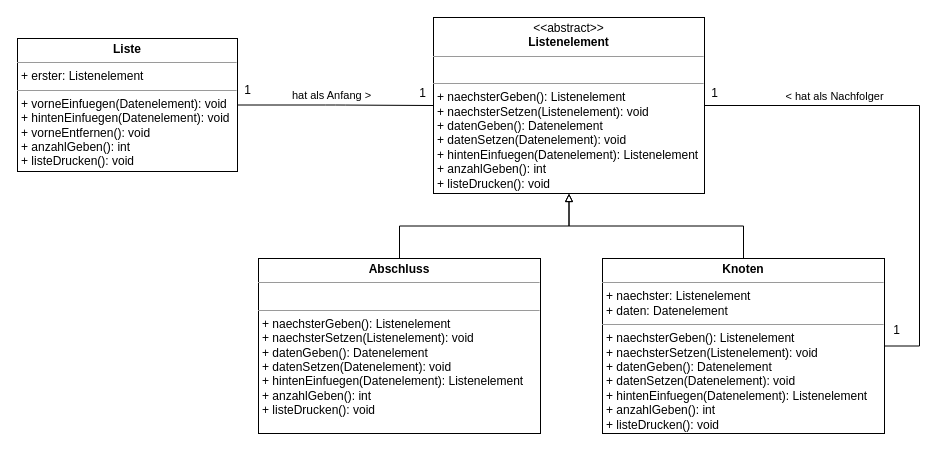
Before: page "class diagram" (3 of 3) of q11-liste-composite.drawio in JoernWVSG/diagram, a draw.io diagram. Source tidied: cells renumbered, new cells numbered last; positions are measured from the earlier drawing's top-left corner, leaving out a move shared by most shapes. Both pictures are drawn from the tidied source at 100%, with x=0, y=0 at pixel (17, 17).
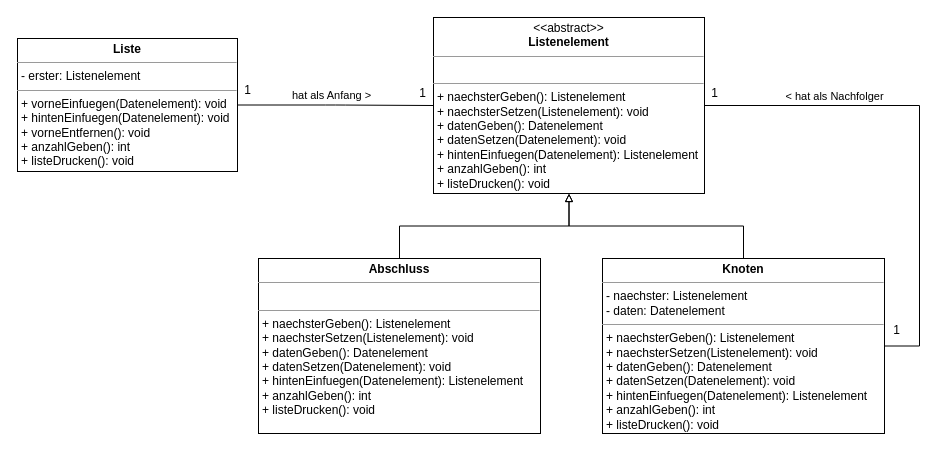
The same page after the edit.

What changed in the source:
```diff
@@
 <mxGraphModel>
   <root>
     <mxCell id="0" />
     <mxCell id="1" parent="0" />
     <mxCell id="2" value="&lt;p style=&quot;margin: 0px ; margin-top: 4px ; text-align: center&quot;&gt;&amp;lt;&amp;lt;abstract&amp;gt;&amp;gt;&lt;br&gt;&lt;b&gt;Listenelement&lt;/b&gt;&lt;/p&gt;&lt;hr size=&quot;1&quot;&gt;&lt;p style=&quot;margin: 0px ; margin-left: 4px&quot;&gt;&lt;br&gt;&lt;/p&gt;&lt;hr size=&quot;1&quot;&gt;&lt;p style=&quot;margin: 0px ; margin-left: 4px&quot;&gt;+ naechsterGeben(): Listenelement&lt;/p&gt;&lt;p style=&quot;margin: 0px ; margin-left: 4px&quot;&gt;+ naechsterSetzen(Listenelement): void&lt;/p&gt;&lt;p style=&quot;margin: 0px ; margin-left: 4px&quot;&gt;+ datenGeben(): Datenelement&lt;/p&gt;&lt;p style=&quot;margin: 0px ; margin-left: 4px&quot;&gt;+ datenSetzen(Datenelement): void&lt;/p&gt;&lt;p style=&quot;margin: 0px ; margin-left: 4px&quot;&gt;+ hintenEinfuegen(Datenelement): Listenelement&lt;br&gt;+ anzahlGeben(): int&lt;/p&gt;&lt;p style=&quot;margin: 0px ; margin-left: 4px&quot;&gt;+ listeDrucken(): void&lt;/p&gt;" style="verticalAlign=top;align=left;overflow=fill;fontSize=12;fontFamily=Helvetica;html=1;" parent="1" vertex="1">
       <mxGeometry x="416" width="271" height="176" as="geometry" />
     </mxCell>
     <mxCell id="3" style="edgeStyle=orthogonalEdgeStyle;rounded=0;jettySize=auto;html=1;exitX=0.5;exitY=0;exitDx=0;exitDy=0;entryX=0.5;entryY=1;entryDx=0;entryDy=0;endArrow=block;endFill=0;" parent="1" edge="1" source="4" target="2">
       <mxGeometry relative="1" as="geometry" />
     </mxCell>
     <mxCell id="4" value="&lt;p style=&quot;margin: 0px ; margin-top: 4px ; text-align: center&quot;&gt;&lt;b&gt;Abschluss&lt;/b&gt;&lt;/p&gt;&lt;hr size=&quot;1&quot;&gt;&lt;p style=&quot;margin: 0px ; margin-left: 4px&quot;&gt;&lt;br&gt;&lt;/p&gt;&lt;hr size=&quot;1&quot;&gt;&lt;p style=&quot;margin: 0px 0px 0px 4px&quot;&gt;+ naechsterGeben(): Listenelement&lt;/p&gt;&lt;p style=&quot;margin: 0px 0px 0px 4px&quot;&gt;+ naechsterSetzen(Listenelement): void&lt;/p&gt;&lt;p style=&quot;margin: 0px 0px 0px 4px&quot;&gt;+ datenGeben(): Datenelement&lt;/p&gt;&lt;p style=&quot;margin: 0px 0px 0px 4px&quot;&gt;+ datenSetzen(Datenelement): void&lt;/p&gt;&lt;p style=&quot;margin: 0px 0px 0px 4px&quot;&gt;+ hintenEinfuegen(Datenelement): Listenelement&lt;br&gt;+ anzahlGeben(): int&lt;/p&gt;&lt;p style=&quot;margin: 0px 0px 0px 4px&quot;&gt;+ listeDrucken(): void&lt;/p&gt;" style="verticalAlign=top;align=left;overflow=fill;fontSize=12;fontFamily=Helvetica;html=1;" parent="1" vertex="1">
       <mxGeometry x="241" y="241" width="282" height="175" as="geometry" />
     </mxCell>
     <mxCell id="5" style="edgeStyle=orthogonalEdgeStyle;rounded=0;jettySize=auto;html=1;exitX=1;exitY=0.5;exitDx=0;exitDy=0;entryX=1;entryY=0.5;entryDx=0;entryDy=0;endArrow=none;endFill=0;" parent="1" edge="1" source="8" target="2">
       <mxGeometry relative="1" as="geometry">
         <Array as="points">
           <mxPoint x="902" y="329" />
           <mxPoint x="902" y="88" />
         </Array>
       </mxGeometry>
     </mxCell>
     <mxCell id="6" value="&amp;lt; hat als Nachfolger" style="edgeLabel;html=1;align=center;verticalAlign=middle;" parent="5" vertex="1">
       <mxGeometry x="0.47" relative="1" as="geometry">
         <mxPoint y="-10" as="offset" />
       </mxGeometry>
     </mxCell>
     <mxCell id="7" style="edgeStyle=orthogonalEdgeStyle;rounded=0;jettySize=auto;html=1;exitX=0.5;exitY=0;exitDx=0;exitDy=0;endArrow=block;endFill=0;" parent="1" edge="1" source="8" target="2">
       <mxGeometry relative="1" as="geometry" />
     </mxCell>
-    <mxCell id="8" value="&lt;p style=&quot;margin: 0px ; margin-top: 4px ; text-align: center&quot;&gt;&lt;b&gt;Knoten&lt;/b&gt;&lt;/p&gt;&lt;hr size=&quot;1&quot;&gt;&lt;p style=&quot;margin: 0px ; margin-left: 4px&quot;&gt;+ naechster: Listenelement&lt;/p&gt;&lt;p style=&quot;margin: 0px ; margin-left: 4px&quot;&gt;+ daten: Datenelement&lt;/p&gt;&lt;hr size=&quot;1&quot;&gt;&lt;p style=&quot;margin: 0px 0px 0px 4px&quot;&gt;+ naechsterGeben(): Listenelement&lt;/p&gt;&lt;p style=&quot;margin: 0px 0px 0px 4px&quot;&gt;+ naechsterSetzen(Listenelement): void&lt;/p&gt;&lt;p style=&quot;margin: 0px 0px 0px 4px&quot;&gt;+ datenGeben(): Datenelement&lt;/p&gt;&lt;p style=&quot;margin: 0px 0px 0px 4px&quot;&gt;+ datenSetzen(Datenelement): void&lt;/p&gt;&lt;p style=&quot;margin: 0px 0px 0px 4px&quot;&gt;+ hintenEinfuegen(Datenelement): Listenelement&lt;br&gt;+ anzahlGeben(): int&lt;/p&gt;&lt;p style=&quot;margin: 0px 0px 0px 4px&quot;&gt;+ listeDrucken(): void&lt;/p&gt;" style="verticalAlign=top;align=left;overflow=fill;fontSize=12;fontFamily=Helvetica;html=1;" parent="1" vertex="1">
+    <mxCell id="8" value="&lt;p style=&quot;margin: 0px ; margin-top: 4px ; text-align: center&quot;&gt;&lt;b&gt;Knoten&lt;/b&gt;&lt;/p&gt;&lt;hr size=&quot;1&quot;&gt;&lt;p style=&quot;margin: 0px ; margin-left: 4px&quot;&gt;- naechster: Listenelement&lt;/p&gt;&lt;p style=&quot;margin: 0px ; margin-left: 4px&quot;&gt;- daten: Datenelement&lt;/p&gt;&lt;hr size=&quot;1&quot;&gt;&lt;p style=&quot;margin: 0px 0px 0px 4px&quot;&gt;+ naechsterGeben(): Listenelement&lt;/p&gt;&lt;p style=&quot;margin: 0px 0px 0px 4px&quot;&gt;+ naechsterSetzen(Listenelement): void&lt;/p&gt;&lt;p style=&quot;margin: 0px 0px 0px 4px&quot;&gt;+ datenGeben(): Datenelement&lt;/p&gt;&lt;p style=&quot;margin: 0px 0px 0px 4px&quot;&gt;+ datenSetzen(Datenelement): void&lt;/p&gt;&lt;p style=&quot;margin: 0px 0px 0px 4px&quot;&gt;+ hintenEinfuegen(Datenelement): Listenelement&lt;br&gt;+ anzahlGeben(): int&lt;/p&gt;&lt;p style=&quot;margin: 0px 0px 0px 4px&quot;&gt;+ listeDrucken(): void&lt;/p&gt;" style="verticalAlign=top;align=left;overflow=fill;fontSize=12;fontFamily=Helvetica;html=1;" parent="1" vertex="1">
       <mxGeometry x="585" y="241" width="282" height="175" as="geometry" />
     </mxCell>
     <mxCell id="9" value="1" style="text;html=1;strokeColor=none;fillColor=none;align=center;verticalAlign=middle;whiteSpace=wrap;rounded=0;" parent="1" vertex="1">
       <mxGeometry x="687" y="67" width="21" height="18" as="geometry" />
     </mxCell>
     <mxCell id="10" value="1" style="text;html=1;strokeColor=none;fillColor=none;align=center;verticalAlign=middle;whiteSpace=wrap;rounded=0;" parent="1" vertex="1">
       <mxGeometry x="869" y="304" width="21" height="18" as="geometry" />
     </mxCell>
     <mxCell id="11" style="edgeStyle=orthogonalEdgeStyle;rounded=1;jettySize=auto;html=1;exitX=1;exitY=0.5;exitDx=0;exitDy=0;entryX=0;entryY=0.5;entryDx=0;entryDy=0;endArrow=none;endFill=0;" parent="1" edge="1" source="13" target="2">
       <mxGeometry relative="1" as="geometry" />
     </mxCell>
     <mxCell id="12" value="hat als Anfang &amp;gt;" style="edgeLabel;html=1;align=center;verticalAlign=middle;" parent="11" vertex="1">
       <mxGeometry x="-0.05" y="3" relative="1" as="geometry">
         <mxPoint y="-7" as="offset" />
       </mxGeometry>
     </mxCell>
-    <mxCell id="13" value="&lt;p style=&quot;margin: 0px ; margin-top: 4px ; text-align: center&quot;&gt;&lt;b&gt;Liste&lt;/b&gt;&lt;/p&gt;&lt;hr size=&quot;1&quot;&gt;&lt;p style=&quot;margin: 0px ; margin-left: 4px&quot;&gt;+ erster: Listenelement&lt;/p&gt;&lt;hr size=&quot;1&quot;&gt;&lt;p style=&quot;margin: 0px 0px 0px 4px&quot;&gt;+ vorneEinfuegen(Datenelement): void&lt;/p&gt;&lt;p style=&quot;margin: 0px 0px 0px 4px&quot;&gt;+ hintenEinfuegen(Datenelement): void&lt;/p&gt;&lt;p style=&quot;margin: 0px 0px 0px 4px&quot;&gt;+ vorneEntfernen(): void&lt;br&gt;+ anzahlGeben(): int&lt;/p&gt;&lt;p style=&quot;margin: 0px 0px 0px 4px&quot;&gt;+ listeDrucken(): void&lt;/p&gt;" style="verticalAlign=top;align=left;overflow=fill;fontSize=12;fontFamily=Helvetica;html=1;" parent="1" vertex="1">
+    <mxCell id="13" value="&lt;p style=&quot;margin: 0px ; margin-top: 4px ; text-align: center&quot;&gt;&lt;b&gt;Liste&lt;/b&gt;&lt;/p&gt;&lt;hr size=&quot;1&quot;&gt;&lt;p style=&quot;margin: 0px ; margin-left: 4px&quot;&gt;- erster: Listenelement&lt;/p&gt;&lt;hr size=&quot;1&quot;&gt;&lt;p style=&quot;margin: 0px 0px 0px 4px&quot;&gt;+ vorneEinfuegen(Datenelement): void&lt;/p&gt;&lt;p style=&quot;margin: 0px 0px 0px 4px&quot;&gt;+ hintenEinfuegen(Datenelement): void&lt;/p&gt;&lt;p style=&quot;margin: 0px 0px 0px 4px&quot;&gt;+ vorneEntfernen(): void&lt;br&gt;+ anzahlGeben(): int&lt;/p&gt;&lt;p style=&quot;margin: 0px 0px 0px 4px&quot;&gt;+ listeDrucken(): void&lt;/p&gt;" style="verticalAlign=top;align=left;overflow=fill;fontSize=12;fontFamily=Helvetica;html=1;" parent="1" vertex="1">
       <mxGeometry y="21" width="220" height="133" as="geometry" />
     </mxCell>
     <mxCell id="14" value="1" style="text;html=1;strokeColor=none;fillColor=none;align=center;verticalAlign=middle;whiteSpace=wrap;rounded=0;" parent="1" vertex="1">
       <mxGeometry x="395" y="67" width="21" height="18" as="geometry" />
     </mxCell>
     <mxCell id="15" value="1" style="text;html=1;strokeColor=none;fillColor=none;align=center;verticalAlign=middle;whiteSpace=wrap;rounded=0;" parent="1" vertex="1">
       <mxGeometry x="220" y="64" width="21" height="18" as="geometry" />
     </mxCell>
   </root>
 </mxGraphModel>
```
